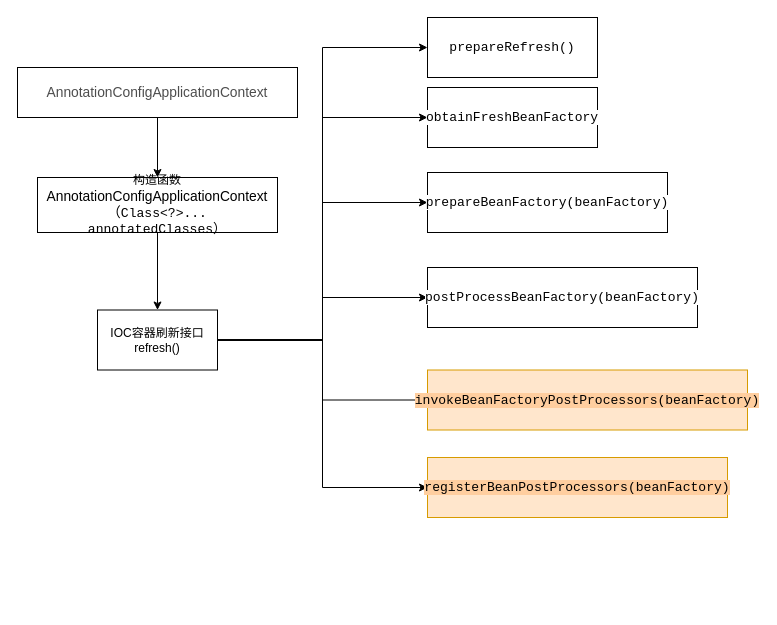
linbingxing/mind keeps this draw.io diagram as Spring源码分析1.drawio. Above is the earlier version. Source tidied: cells renumbered, new cells numbered last; positions are measured from the earlier drawing's top-left corner, leaving out a move shared by most shapes. Both pictures are drawn from the tidied source at 100%, with x=0, y=0 at pixel (17, 17).
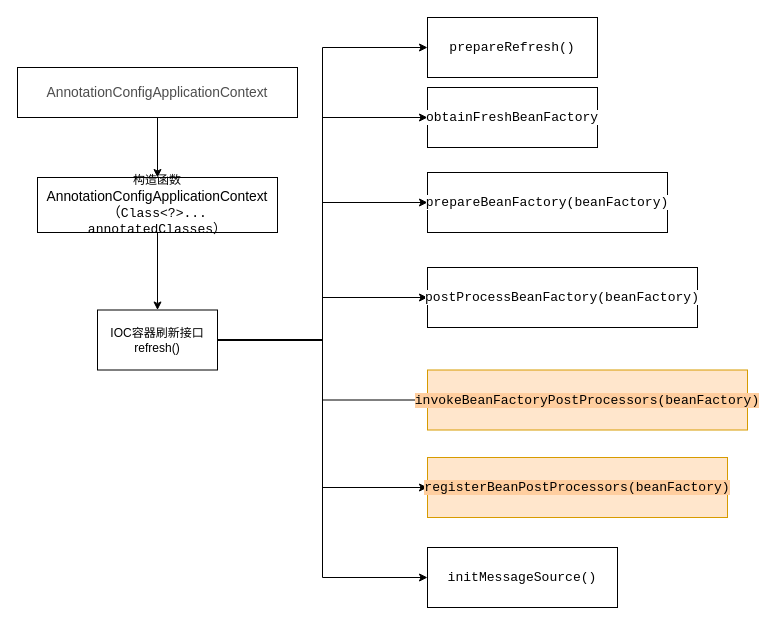
Above is the later version.

Unchanged cells that the change refers to:
```xml
<mxCell id="12" value="IOC容器刷新接口refresh()" style="whiteSpace=wrap;html=1;rounded=0;" parent="1" vertex="1">
  <mxGeometry x="80" y="292.5" width="120" height="60" as="geometry" />
</mxCell>
```

What changed in the source:
```diff
@@
+    <mxCell id="19" style="edgeStyle=orthogonalEdgeStyle;rounded=0;jettySize=auto;html=1;fontColor=#000000;entryX=0;entryY=0.5;entryDx=0;entryDy=0;" parent="1" edge="1" source="12" target="20">
+      <mxGeometry relative="1" as="geometry" />
+    </mxCell>
@@
+    <mxCell id="20" value="&lt;pre style=&quot;font-family: &amp;#34;consolas&amp;#34; ; font-size: 9.8pt&quot;&gt;&lt;span style=&quot;background-color: rgb(255 , 255 , 255)&quot;&gt;initMessageSource()&lt;/span&gt;&lt;/pre&gt;" style="whiteSpace=wrap;html=1;rounded=0;" parent="1" vertex="1">
+      <mxGeometry x="410" y="530" width="190" height="60" as="geometry" />
+    </mxCell>
```
